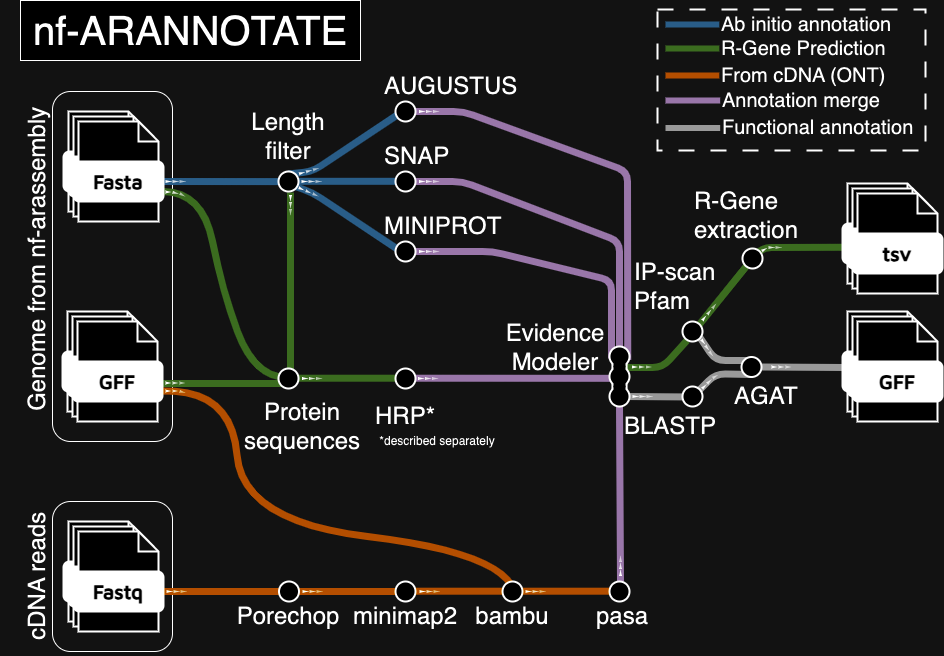
Earlier version of the draw.io export nf-arannotate.tubes.png (nschan/nf-annotate). Source tidied: cells renumbered, new cells last; positions are measured from the earlier drawing's top-left corner, leaving out a move shared by most shapes.
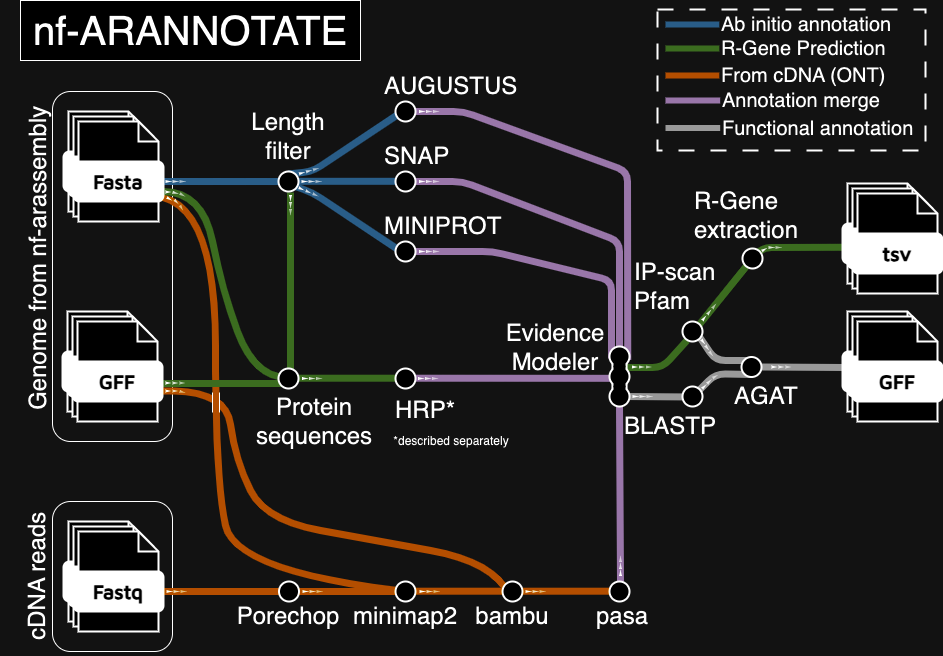
After the commit.

The edit, as a diff of the source:
```diff
@@ -2,6 +2,18 @@
   <root>
     <mxCell id="0" />
     <mxCell id="1" parent="0" />
+    <mxCell id="22" style="rounded=1;whiteSpace=wrap;html=1;fillColor=none;" parent="1" vertex="1">
+      <mxGeometry x="52" y="91" width="120" height="350" as="geometry" />
+    </mxCell>
+    <mxCell id="241" style="endArrow=none;html=1;rounded=0;strokeWidth=7;strokeColor=#FF9914;curved=1;exitX=0.99;exitY=0.899;exitDx=0;exitDy=0;exitPerimeter=0;" parent="1" edge="1" source="45" target="112">
+      <mxGeometry relative="1" as="geometry">
+        <Array as="points">
+          <mxPoint x="215" y="210" />
+          <mxPoint x="215" y="480" />
+          <mxPoint x="235" y="570" />
+        </Array>
+      </mxGeometry>
+    </mxCell>
     <mxCell id="2" style="endArrow=none;html=1;rounded=1;strokeWidth=7;strokeColor=#666666;entryX=0.033;entryY=0.4;entryDx=0;entryDy=0;entryPerimeter=0;" parent="1" edge="1" target="180">
       <mxGeometry relative="1" as="geometry">
         <mxPoint x="761" y="366.5" as="sourcePoint" />
@@ -95,16 +107,14 @@
         <mxPoint x="618" y="590.7" as="targetPoint" />
       </mxGeometry>
     </mxCell>
-    <mxCell id="22" style="rounded=1;whiteSpace=wrap;html=1;fillColor=none;" parent="1" vertex="1">
-      <mxGeometry x="52" y="91" width="120" height="350" as="geometry" />
-    </mxCell>
-    <mxCell id="23" style="endArrow=none;html=1;rounded=0;strokeWidth=7;strokeColor=#FF9914;curved=1;exitX=0.987;exitY=0.74;exitDx=0;exitDy=0;exitPerimeter=0;" parent="1" edge="1" source="108">
+    <mxCell id="23" style="endArrow=none;html=1;rounded=0;strokeWidth=7;strokeColor=#FF9914;curved=1;exitX=0.987;exitY=0.74;exitDx=0;exitDy=0;exitPerimeter=0;entryX=0.1;entryY=0.261;entryDx=0;entryDy=0;entryPerimeter=0;" parent="1" edge="1" source="108" target="124">
       <mxGeometry relative="1" as="geometry">
-        <mxPoint x="511.3" y="585.4" as="targetPoint" />
         <Array as="points">
-          <mxPoint x="231" y="388" />
-          <mxPoint x="242" y="521" />
-          <mxPoint x="492" y="551" />
+          <mxPoint x="225" y="388" />
+          <mxPoint x="235" y="460" />
+          <mxPoint x="265" y="520" />
+          <mxPoint x="375" y="540" />
+          <mxPoint x="485" y="560" />
         </Array>
       </mxGeometry>
     </mxCell>
@@ -262,13 +272,13 @@
       <mxGeometry x="278" y="368" width="20" height="20" as="geometry" />
     </mxCell>
     <mxCell id="64" value="Protein sequences" style="text;html=1;align=center;verticalAlign=middle;whiteSpace=wrap;rounded=0;fontSize=24;" parent="1" vertex="1">
-      <mxGeometry x="272" y="411" width="60" height="30" as="geometry" />
+      <mxGeometry x="283.5" y="406" width="60" height="30" as="geometry" />
     </mxCell>
     <mxCell id="65" value="Genome from nf-arassembly" style="text;html=1;align=center;verticalAlign=bottom;whiteSpace=wrap;rounded=0;fontSize=24;horizontal=0;" parent="1" vertex="1">
       <mxGeometry x="17" y="96" width="37" height="325" as="geometry" />
     </mxCell>
     <mxCell id="66" value="HRP*" style="text;html=1;align=center;verticalAlign=middle;whiteSpace=wrap;rounded=0;fontSize=24;" parent="1" vertex="1">
-      <mxGeometry x="375" y="401" width="60" height="30" as="geometry" />
+      <mxGeometry x="395" y="394.5" width="60" height="30" as="geometry" />
     </mxCell>
     <mxCell id="67" value="cDNA reads" style="text;html=1;align=center;verticalAlign=bottom;whiteSpace=wrap;rounded=0;fontSize=24;horizontal=0;" parent="1" vertex="1">
       <mxGeometry x="20" y="497" width="34" height="158" as="geometry" />
@@ -704,7 +714,7 @@
       <mxGeometry x="742" y="248" width="20" height="20" as="geometry" />
     </mxCell>
     <mxCell id="204" value="*described separately" style="text;html=1;align=center;verticalAlign=middle;whiteSpace=wrap;rounded=0;" parent="1" vertex="1">
-      <mxGeometry x="332" y="421" width="210" height="40" as="geometry" />
+      <mxGeometry x="345.5" y="421" width="210" height="40" as="geometry" />
     </mxCell>
     <mxCell id="205" value="R-Gene&lt;br style=&quot;font-size: 24px;&quot;&gt;&lt;div style=&quot;font-size: 24px;&quot;&gt;&lt;span style=&quot;background-color: initial; font-size: 24px;&quot;&gt;extraction&lt;/span&gt;&lt;/div&gt;" style="text;html=1;align=left;verticalAlign=middle;whiteSpace=wrap;rounded=0;fontSize=24;" parent="1" vertex="1">
       <mxGeometry x="692" y="190" width="120" height="50" as="geometry" />
@@ -824,5 +834,32 @@
     <mxCell id="240" value="AGAT" style="text;html=1;align=left;verticalAlign=middle;whiteSpace=wrap;rounded=0;fontSize=24;" parent="1" vertex="1">
       <mxGeometry x="732" y="371" width="73" height="50" as="geometry" />
     </mxCell>
+    <mxCell id="242" style="group;rotation=30;" parent="1" vertex="1">
+      <mxGeometry x="166" y="200" width="25" height="3" as="geometry" />
+    </mxCell>
+    <mxCell id="243" style="group;rotation=30;" parent="242" vertex="1">
+      <mxGeometry width="25" height="3" as="geometry" />
+    </mxCell>
+    <mxCell id="244" style="triangle;whiteSpace=wrap;html=1;rotation=30;fillColor=#000000;strokeColor=none;" parent="243" vertex="1">
+      <mxGeometry y="-3" width="6" height="3" as="geometry" />
+    </mxCell>
+    <mxCell id="245" style="triangle;whiteSpace=wrap;html=1;rotation=45;fillColor=#000000;opacity=80;strokeColor=none;" parent="243" vertex="1">
+      <mxGeometry x="7" width="6" height="3" as="geometry" />
+    </mxCell>
+    <mxCell id="246" style="triangle;whiteSpace=wrap;html=1;rotation=60;fillColor=#000000;strokeColor=none;opacity=60;" parent="243" vertex="1">
+      <mxGeometry x="12" y="6" width="6" height="3" as="geometry" />
+    </mxCell>
+    <mxCell id="247" style="endArrow=none;html=1;rounded=1;strokeWidth=1;" parent="1" edge="1">
+      <mxGeometry relative="1" as="geometry">
+        <mxPoint x="212" y="412" as="sourcePoint" />
+        <mxPoint x="212" y="392" as="targetPoint" />
+      </mxGeometry>
+    </mxCell>
+    <mxCell id="248" style="endArrow=none;html=1;rounded=1;strokeWidth=1;" parent="1" edge="1">
+      <mxGeometry relative="1" as="geometry">
+        <mxPoint x="219" y="412" as="sourcePoint" />
+        <mxPoint x="219" y="392" as="targetPoint" />
+      </mxGeometry>
+    </mxCell>
   </root>
 </mxGraphModel>
```
